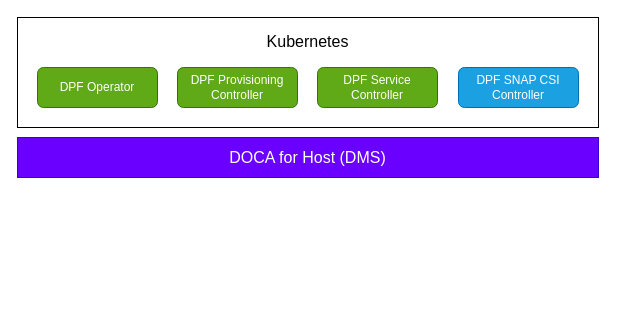
Earlier version of the draw.io diagram box/DPF-v1.drawio (wpeng102/draw). Source tidied: cells renumbered, new cells numbered last; positions are measured from the earlier drawing's top-left corner, leaving out a move shared by most shapes. Both pictures are drawn from the tidied source at 100%, with x=0, y=0 at pixel (17, 17).
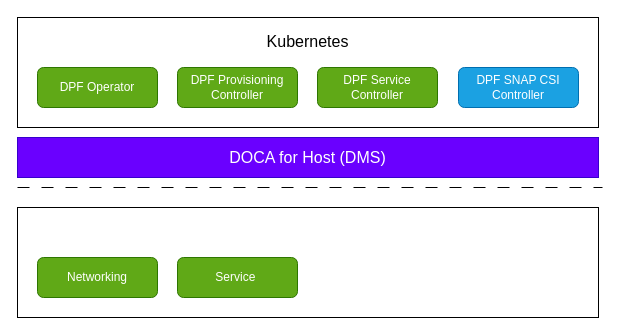
The same diagram, later.

Change to the diagram source:
```diff
@@
 <mxGraphModel>
   <root>
     <mxCell id="0" />
     <mxCell id="1" parent="0" />
     <mxCell id="2" value="&lt;font style=&quot;font-size: 16px;&quot;&gt;Kubernetes&lt;/font&gt;&lt;div&gt;&lt;br&gt;&lt;/div&gt;&lt;div&gt;&lt;br&gt;&lt;/div&gt;&lt;div&gt;&lt;font style=&quot;font-size: 16px;&quot;&gt;&lt;br&gt;&lt;/font&gt;&lt;/div&gt;&lt;div&gt;&lt;br&gt;&lt;/div&gt;" style="rounded=0;whiteSpace=wrap;html=1;" parent="1" vertex="1">
       <mxGeometry width="581" height="110" as="geometry" />
     </mxCell>
     <mxCell id="3" value="DPF Operator" style="rounded=1;whiteSpace=wrap;html=1;fillColor=#60a917;strokeColor=#2D7600;fontColor=#ffffff;" parent="1" vertex="1">
       <mxGeometry x="20" y="50" width="120" height="40" as="geometry" />
     </mxCell>
     <mxCell id="4" value="DPF Provisioning Controller" style="rounded=1;whiteSpace=wrap;html=1;fillColor=#60a917;strokeColor=#2D7600;fontColor=#ffffff;" parent="1" vertex="1">
       <mxGeometry x="160" y="50" width="120" height="40" as="geometry" />
     </mxCell>
     <mxCell id="5" value="DPF Service Controller" style="rounded=1;whiteSpace=wrap;html=1;fillColor=#60a917;strokeColor=#2D7600;fontColor=#ffffff;" parent="1" vertex="1">
       <mxGeometry x="300" y="50" width="120" height="40" as="geometry" />
     </mxCell>
     <mxCell id="6" value="DPF SNAP CSI Controller" style="rounded=1;whiteSpace=wrap;html=1;fillColor=#1ba1e2;fontColor=#ffffff;strokeColor=#006EAF;" parent="1" vertex="1">
       <mxGeometry x="441" y="50" width="120" height="40" as="geometry" />
     </mxCell>
     <mxCell id="7" value="&lt;div&gt;&lt;span style=&quot;font-size: 16px;&quot;&gt;DOCA for Host (DMS)&lt;/span&gt;&lt;/div&gt;" style="rounded=0;whiteSpace=wrap;html=1;fillColor=#6a00ff;fontColor=#ffffff;strokeColor=#3700CC;" parent="1" vertex="1">
       <mxGeometry y="120" width="581" height="40" as="geometry" />
     </mxCell>
+    <mxCell id="8" style="endArrow=none;dashed=1;html=1;rounded=0;dashPattern=12 12;strokeColor=#000000;" parent="1" edge="1">
+      <mxGeometry relative="1" as="geometry">
+        <mxPoint y="170" as="sourcePoint" />
+        <mxPoint x="585" y="170" as="targetPoint" />
+      </mxGeometry>
+    </mxCell>
+    <mxCell id="9" style="rounded=0;whiteSpace=wrap;html=1;" parent="1" vertex="1">
+      <mxGeometry y="190" width="581" height="110" as="geometry" />
+    </mxCell>
+    <mxCell id="10" value="Networking" style="rounded=1;whiteSpace=wrap;html=1;fillColor=#60a917;strokeColor=#2D7600;fontColor=#ffffff;" parent="1" vertex="1">
+      <mxGeometry x="20" y="240" width="120" height="40" as="geometry" />
+    </mxCell>
+    <mxCell id="11" value="Service&amp;nbsp;" style="rounded=1;whiteSpace=wrap;html=1;fillColor=#60a917;strokeColor=#2D7600;fontColor=#ffffff;" parent="1" vertex="1">
+      <mxGeometry x="160" y="240" width="120" height="40" as="geometry" />
+    </mxCell>
   </root>
 </mxGraphModel>
```
